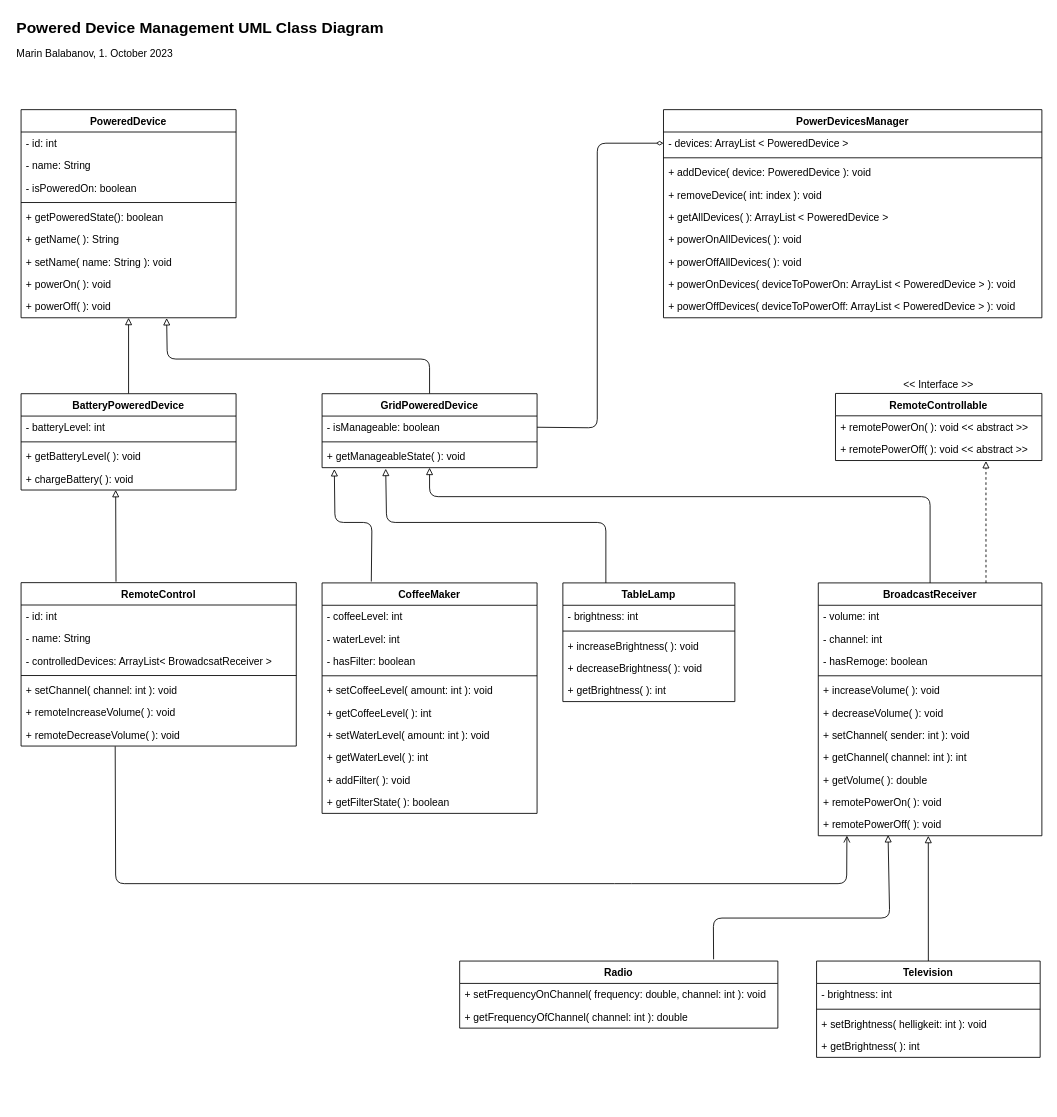
This is DevicesUML.drawio from mbalabanov/Devices, a draw.io file, before an edit. Source tidied: cells renumbered, new cells numbered last; positions are measured from the earlier drawing's top-left corner, leaving out a move shared by most shapes. Both pictures are drawn from the tidied source at 86%, with x=0, y=0 at pixel (15, 15).
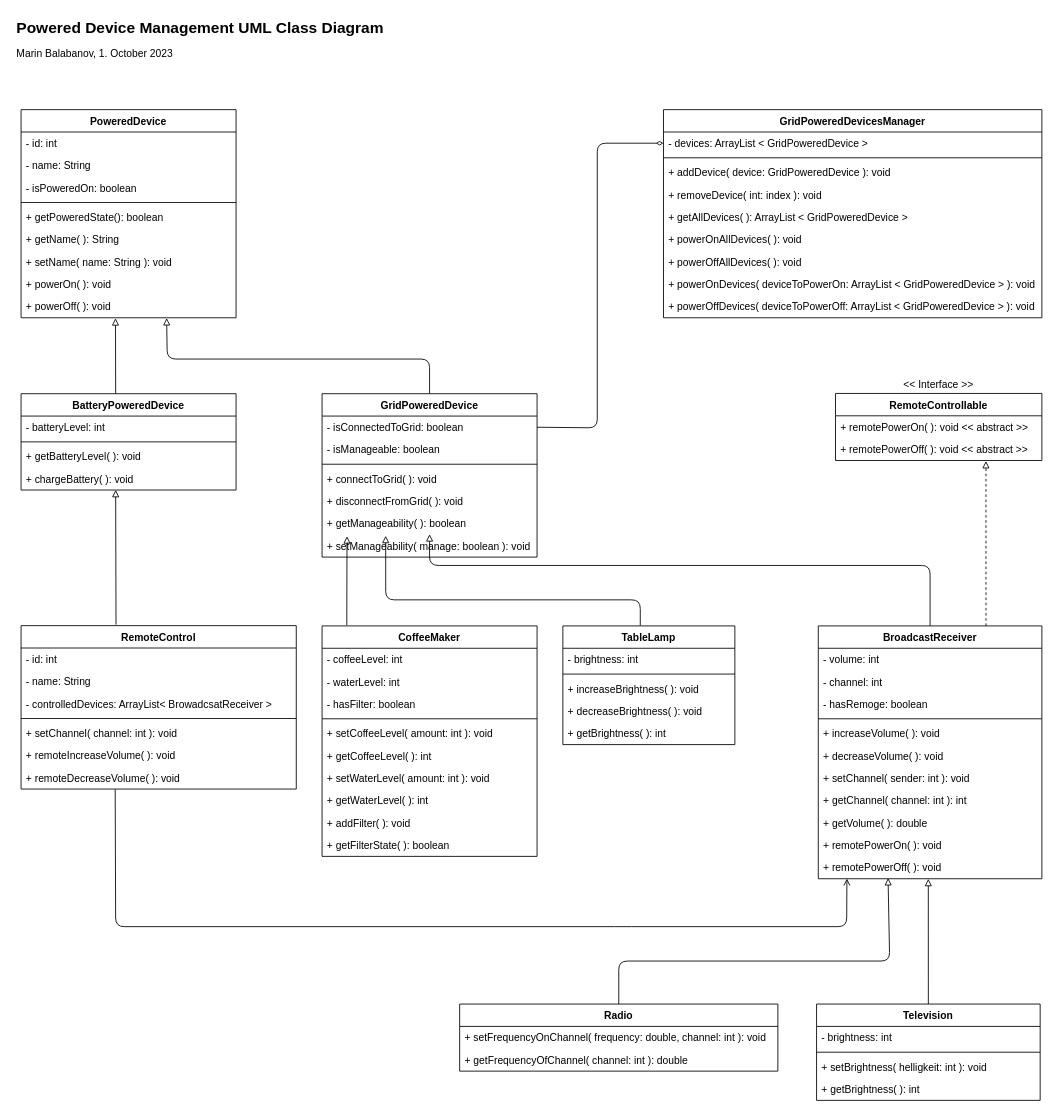
The same diagram, later.

Unchanged cells that the change refers to:
```xml
<mxCell id="29" value="+ remotePowerOff( ): void" style="text;strokeColor=none;fillColor=none;align=left;verticalAlign=top;spacingLeft=4;spacingRight=4;overflow=hidden;points=[[0,0.5],[1,0.5]];portConstraint=eastwest;" parent="18" vertex="1">
  <mxGeometry y="268" width="260" height="26" as="geometry" />
</mxCell>
<mxCell id="76" value="+ remoteDecreaseVolume( ): void" style="text;strokeColor=none;fillColor=none;align=left;verticalAlign=top;spacingLeft=4;spacingRight=4;overflow=hidden;points=[[0,0.5],[1,0.5]];portConstraint=eastwest;" parent="69" vertex="1">
  <mxGeometry y="164" width="320" height="26" as="geometry" />
</mxCell>
<mxCell id="86" value="+ powerOff( ): void" style="text;strokeColor=none;fillColor=none;align=left;verticalAlign=top;spacingLeft=4;spacingRight=4;overflow=hidden;points=[[0,0.5],[1,0.5]];portConstraint=eastwest;" parent="77" vertex="1">
  <mxGeometry y="216" width="250" height="26" as="geometry" />
</mxCell>
<mxCell id="88" value="BatteryPoweredDevice" style="swimlane;fontStyle=1;align=center;verticalAlign=top;horizontal=1;startSize=26;" parent="1" vertex="1">
  <mxGeometry x="7" y="440.3" width="250" height="112" as="geometry" />
</mxCell>
```

Change to the diagram source:
```diff
@@
     <mxCell id="3" value="GridPoweredDevice" style="swimlane;fontStyle=1;align=center;verticalAlign=top;horizontal=1;startSize=26;" parent="1" vertex="1">
-      <mxGeometry x="357" y="440.3" width="250" height="86" as="geometry" />
+      <mxGeometry x="357" y="440.3" width="250" height="190" as="geometry" />
     </mxCell>
+    <mxCell id="93" value="- isConnectedToGrid: boolean" style="text;strokeColor=none;fillColor=none;align=left;verticalAlign=top;spacingLeft=4;spacingRight=4;overflow=hidden;" parent="3" vertex="1">
+      <mxGeometry y="26" width="250" height="26" as="geometry" />
+    </mxCell>
     <mxCell id="4" value="- isManageable: boolean" style="text;strokeColor=none;fillColor=none;align=left;verticalAlign=top;spacingLeft=4;spacingRight=4;overflow=hidden;" parent="3" vertex="1">
-      <mxGeometry y="26" width="250" height="26" as="geometry" />
+      <mxGeometry y="52" width="250" height="26" as="geometry" />
     </mxCell>
     <mxCell id="5" style="line;strokeWidth=1;fillColor=none;align=left;verticalAlign=middle;spacingTop=-1;spacingLeft=3;spacingRight=3;labelPosition=right;strokeColor=inherit;" parent="3" vertex="1">
-      <mxGeometry y="52" width="250" height="8" as="geometry" />
+      <mxGeometry y="78" width="250" height="8" as="geometry" />
     </mxCell>
+    <mxCell id="94" value="+ connectToGrid( ): void" style="text;strokeColor=none;fillColor=none;align=left;verticalAlign=top;spacingLeft=4;spacingRight=4;overflow=hidden;" parent="3" vertex="1">
+      <mxGeometry y="86" width="250" height="26" as="geometry" />
+    </mxCell>
+    <mxCell id="95" value="+ disconnectFromGrid( ): void" style="text;strokeColor=none;fillColor=none;align=left;verticalAlign=top;spacingLeft=4;spacingRight=4;overflow=hidden;" parent="3" vertex="1">
+      <mxGeometry y="112" width="250" height="26" as="geometry" />
+    </mxCell>
-    <mxCell id="6" value="+ getManageableState( ): void" style="text;strokeColor=none;fillColor=none;align=left;verticalAlign=top;spacingLeft=4;spacingRight=4;overflow=hidden;points=[[0,0.5],[1,0.5]];portConstraint=eastwest;" parent="3" vertex="1">
-      <mxGeometry y="60" width="250" height="26" as="geometry" />
+    <mxCell id="6" value="+ getManageability( ): boolean" style="text;strokeColor=none;fillColor=none;align=left;verticalAlign=top;spacingLeft=4;spacingRight=4;overflow=hidden;points=[[0,0.5],[1,0.5]];portConstraint=eastwest;" parent="3" vertex="1">
+      <mxGeometry y="138" width="250" height="26" as="geometry" />
     </mxCell>
+    <mxCell id="96" value="+ setManageability( manage: boolean ): void" style="text;strokeColor=none;fillColor=none;align=left;verticalAlign=top;spacingLeft=4;spacingRight=4;overflow=hidden;" parent="3" vertex="1">
+      <mxGeometry y="164" width="250" height="26" as="geometry" />
+    </mxCell>
-    <mxCell id="7" style="edgeStyle=none;html=1;endArrow=block;endFill=0;exitX=0.798;exitY=-0.026;exitDx=0;exitDy=0;entryX=0.312;entryY=0.969;entryDx=0;entryDy=0;entryPerimeter=0;exitPerimeter=0;" parent="1" edge="1" source="8" target="29">
+    <mxCell id="7" style="edgeStyle=none;html=1;endArrow=block;endFill=0;exitX=0.5;exitY=0;exitDx=0;exitDy=0;entryX=0.312;entryY=0.969;entryDx=0;entryDy=0;entryPerimeter=0;" parent="1" edge="1" source="8" target="29">
       <mxGeometry relative="1" as="geometry">
         <Array as="points">
-          <mxPoint x="812" y="1050" />
-          <mxPoint x="1017" y="1050" />
+          <mxPoint x="702" y="1100" />
+          <mxPoint x="1017" y="1100" />
         </Array>
       </mxGeometry>
     </mxCell>
     <mxCell id="8" value="Radio" style="swimlane;fontStyle=1;align=center;verticalAlign=top;horizontal=1;startSize=26;" parent="1" vertex="1">
-      <mxGeometry x="517" y="1100" width="370" height="78" as="geometry" />
+      <mxGeometry x="517" y="1150" width="370" height="78" as="geometry" />
     </mxCell>
@@
     <mxCell id="12" value="Television" style="swimlane;fontStyle=1;align=center;verticalAlign=top;horizontal=1;startSize=26;" parent="1" vertex="1">
-      <mxGeometry x="932" y="1100" width="260" height="112" as="geometry" />
+      <mxGeometry x="932" y="1150" width="260" height="112" as="geometry" />
     </mxCell>
@@
     <mxCell id="18" value="BroadcastReceiver" style="swimlane;fontStyle=1;align=center;verticalAlign=top;horizontal=1;startSize=26;" parent="1" vertex="1">
-      <mxGeometry x="934" y="660.3" width="260" height="294" as="geometry" />
+      <mxGeometry x="934" y="710.3" width="260" height="294" as="geometry" />
     </mxCell>
@@
     <mxCell id="30" value="TableLamp" style="swimlane;fontStyle=1;align=center;verticalAlign=top;horizontal=1;startSize=26;" parent="1" vertex="1">
-      <mxGeometry x="637" y="660.3" width="200" height="138" as="geometry" />
+      <mxGeometry x="637" y="710.3" width="200" height="138" as="geometry" />
     </mxCell>
@@
-    <mxCell id="36" style="edgeStyle=none;html=1;endArrow=block;endFill=0;exitX=0.229;exitY=-0.006;exitDx=0;exitDy=0;entryX=0.057;entryY=1.062;entryDx=0;entryDy=0;entryPerimeter=0;exitPerimeter=0;" parent="1" edge="1" source="37" target="6">
-      <mxGeometry relative="1" as="geometry">
-        <Array as="points">
-          <mxPoint x="415" y="590" />
-          <mxPoint x="372" y="590" />
-        </Array>
-      </mxGeometry>
+    <mxCell id="36" style="edgeStyle=none;html=1;entryX=0.116;entryY=1.066;entryDx=0;entryDy=0;entryPerimeter=0;endArrow=block;endFill=0;exitX=0.115;exitY=-0.003;exitDx=0;exitDy=0;exitPerimeter=0;" parent="1" edge="1" source="37" target="6">
+      <mxGeometry relative="1" as="geometry" />
     </mxCell>
     <mxCell id="37" value="CoffeeMaker" style="swimlane;fontStyle=1;align=center;verticalAlign=top;horizontal=1;startSize=26;" parent="1" vertex="1">
-      <mxGeometry x="357" y="660.3" width="250" height="268" as="geometry" />
+      <mxGeometry x="357" y="710.3" width="250" height="268" as="geometry" />
     </mxCell>
@@
-    <mxCell id="51" value="PowerDevicesManager" style="swimlane;fontStyle=1;align=center;verticalAlign=top;horizontal=1;startSize=26;" parent="1" vertex="1">
+    <mxCell id="51" value="GridPoweredDevicesManager" style="swimlane;fontStyle=1;align=center;verticalAlign=top;horizontal=1;startSize=26;" parent="1" vertex="1">
       <mxGeometry x="754" y="110" width="440" height="242" as="geometry" />
     </mxCell>
-    <mxCell id="52" value="- devices: ArrayList &lt; PoweredDevice &gt;" style="text;strokeColor=none;fillColor=none;align=left;verticalAlign=top;spacingLeft=4;spacingRight=4;overflow=hidden;points=[[0,0.5],[1,0.5]];portConstraint=eastwest;" parent="51" vertex="1">
+    <mxCell id="52" value="- devices: ArrayList &lt; GridPoweredDevice &gt;" style="text;strokeColor=none;fillColor=none;align=left;verticalAlign=top;spacingLeft=4;spacingRight=4;overflow=hidden;points=[[0,0.5],[1,0.5]];portConstraint=eastwest;" parent="51" vertex="1">
       <mxGeometry y="26" width="440" height="26" as="geometry" />
     </mxCell>
@@
-    <mxCell id="54" value="+ addDevice( device: PoweredDevice ): void" style="text;strokeColor=none;fillColor=none;align=left;verticalAlign=top;spacingLeft=4;spacingRight=4;overflow=hidden;" parent="51" vertex="1">
+    <mxCell id="54" value="+ addDevice( device: GridPoweredDevice ): void" style="text;strokeColor=none;fillColor=none;align=left;verticalAlign=top;spacingLeft=4;spacingRight=4;overflow=hidden;" parent="51" vertex="1">
       <mxGeometry y="60" width="440" height="26" as="geometry" />
     </mxCell>
@@
-    <mxCell id="56" value="+ getAllDevices( ): ArrayList &lt; PoweredDevice &gt;" style="text;strokeColor=none;fillColor=none;align=left;verticalAlign=top;spacingLeft=4;spacingRight=4;overflow=hidden;" parent="51" vertex="1">
+    <mxCell id="56" value="+ getAllDevices( ): ArrayList &lt; GridPoweredDevice &gt;" style="text;strokeColor=none;fillColor=none;align=left;verticalAlign=top;spacingLeft=4;spacingRight=4;overflow=hidden;" parent="51" vertex="1">
       <mxGeometry y="112" width="440" height="26" as="geometry" />
     </mxCell>
@@
-    <mxCell id="59" value="+ powerOnDevices( deviceToPowerOn: ArrayList &lt; PoweredDevice &gt; ): void" style="text;strokeColor=none;fillColor=none;align=left;verticalAlign=top;spacingLeft=4;spacingRight=4;overflow=hidden;" parent="51" vertex="1">
+    <mxCell id="59" value="+ powerOnDevices( deviceToPowerOn: ArrayList &lt; GridPoweredDevice &gt; ): void" style="text;strokeColor=none;fillColor=none;align=left;verticalAlign=top;spacingLeft=4;spacingRight=4;overflow=hidden;" parent="51" vertex="1">
       <mxGeometry y="190" width="440" height="26" as="geometry" />
     </mxCell>
-    <mxCell id="60" value="+ powerOffDevices( deviceToPowerOff: ArrayList &lt; PoweredDevice &gt; ): void" style="text;strokeColor=none;fillColor=none;align=left;verticalAlign=top;spacingLeft=4;spacingRight=4;overflow=hidden;" parent="51" vertex="1">
+    <mxCell id="60" value="+ powerOffDevices( deviceToPowerOff: ArrayList &lt; GridPoweredDevice &gt; ): void" style="text;strokeColor=none;fillColor=none;align=left;verticalAlign=top;spacingLeft=4;spacingRight=4;overflow=hidden;" parent="51" vertex="1">
       <mxGeometry y="216" width="440" height="26" as="geometry" />
     </mxCell>
@@
-    <mxCell id="62" style="edgeStyle=none;html=1;endArrow=block;endFill=0;exitX=0.25;exitY=0;exitDx=0;exitDy=0;entryX=0.296;entryY=1.046;entryDx=0;entryDy=0;entryPerimeter=0;" parent="1" edge="1" source="30" target="6">
+    <mxCell id="62" style="edgeStyle=none;html=1;endArrow=block;endFill=0;entryX=0.296;entryY=1.046;entryDx=0;entryDy=0;entryPerimeter=0;" parent="1" edge="1" target="6">
       <mxGeometry relative="1" as="geometry">
+        <mxPoint x="727" y="710" as="sourcePoint" />
         <Array as="points">
-          <mxPoint x="687" y="590" />
-          <mxPoint x="432" y="590" />
+          <mxPoint x="727" y="680" />
+          <mxPoint x="431" y="680" />
         </Array>
       </mxGeometry>
     </mxCell>
-    <mxCell id="63" style="edgeStyle=none;html=1;endArrow=block;endFill=0;exitX=0.5;exitY=0;exitDx=0;exitDy=0;" parent="1" edge="1" source="18" target="6">
+    <mxCell id="63" style="edgeStyle=none;html=1;endArrow=block;endFill=0;exitX=0.5;exitY=0;exitDx=0;exitDy=0;entryX=0.5;entryY=0.975;entryDx=0;entryDy=0;entryPerimeter=0;" parent="1" edge="1" source="18" target="6">
       <mxGeometry relative="1" as="geometry">
         <Array as="points">
-          <mxPoint x="1064" y="560" />
-          <mxPoint x="482" y="560" />
+          <mxPoint x="1064" y="640" />
+          <mxPoint x="482" y="640" />
         </Array>
       </mxGeometry>
     </mxCell>
@@
     <mxCell id="67" style="edgeStyle=none;html=1;entryX=0.128;entryY=0.992;entryDx=0;entryDy=0;exitX=0.342;exitY=1.014;exitDx=0;exitDy=0;endArrow=open;endFill=0;entryPerimeter=0;exitPerimeter=0;" parent="1" edge="1" source="76" target="29">
       <mxGeometry relative="1" as="geometry">
         <Array as="points">
-          <mxPoint x="117" y="1010" />
-          <mxPoint x="707" y="1010" />
-          <mxPoint x="967" y="1010" />
+          <mxPoint x="117" y="1060" />
+          <mxPoint x="707" y="1060" />
+          <mxPoint x="967" y="1060" />
         </Array>
       </mxGeometry>
     </mxCell>
@@
     <mxCell id="69" value="RemoteControl" style="swimlane;fontStyle=1;align=center;verticalAlign=top;horizontal=1;startSize=26;" parent="1" vertex="1">
-      <mxGeometry x="7" y="660" width="320" height="190" as="geometry" />
+      <mxGeometry x="7" y="710" width="320" height="190" as="geometry" />
     </mxCell>
@@
-    <mxCell id="87" style="edgeStyle=none;html=1;endArrow=block;endFill=0;" parent="1" edge="1" source="88" target="86">
-      <mxGeometry relative="1" as="geometry" />
+    <mxCell id="87" style="edgeStyle=none;html=1;endArrow=block;endFill=0;entryX=0.439;entryY=1.135;entryDx=0;entryDy=0;entryPerimeter=0;exitX=0.44;exitY=0.006;exitDx=0;exitDy=0;exitPerimeter=0;" parent="1" edge="1" source="88">
+      <mxGeometry relative="1" as="geometry">
+        <mxPoint x="116.8" y="352.5" as="targetPoint" />
+      </mxGeometry>
     </mxCell>
```
